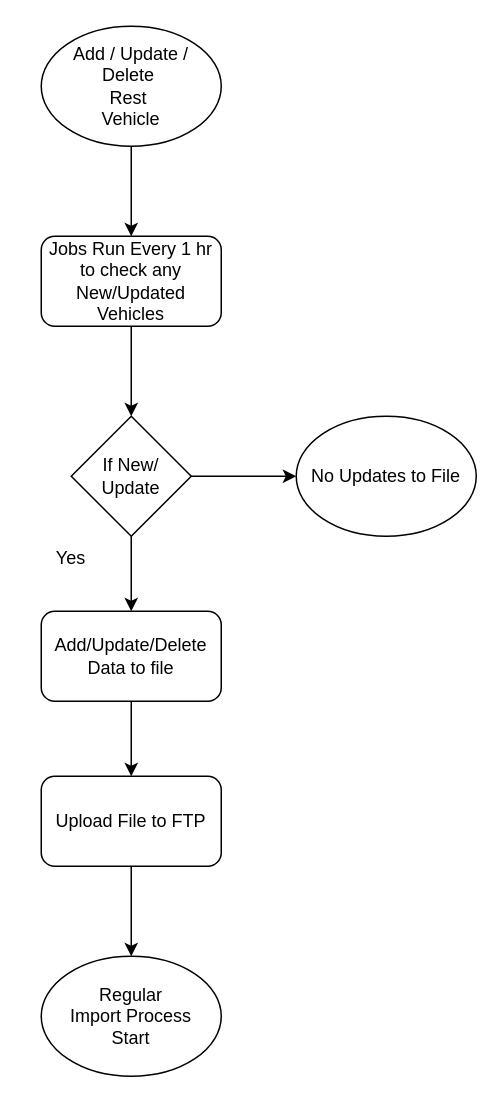
Before: rest_vehicles.drawio in kishorenunc/jQuery-File-Upload, a draw.io diagram. Source tidied: cells renumbered, new cells numbered last; positions are measured from the earlier drawing's top-left corner, leaving out a move shared by most shapes. Both pictures are drawn from the tidied source at 150%, with x=0, y=0 at pixel (26, 26).
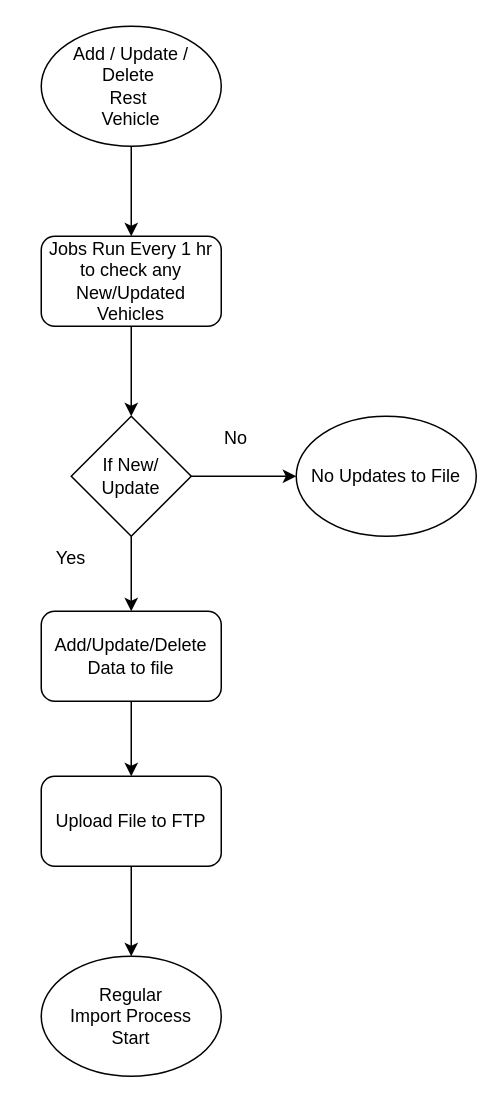
The same diagram, later.

Diff of the diagram source:
```diff
@@
 <mxGraphModel>
   <root>
     <mxCell id="0" />
     <mxCell id="1" parent="0" />
     <mxCell id="2" style="edgeStyle=orthogonalEdgeStyle;rounded=0;jettySize=auto;html=1;" parent="1" edge="1" source="3" target="5">
       <mxGeometry relative="1" as="geometry" />
     </mxCell>
     <mxCell id="3" value="Add / Update / Delete&amp;nbsp;&lt;br&gt;Rest&amp;nbsp;&lt;br&gt;Vehicle" style="ellipse;whiteSpace=wrap;html=1;" parent="1" vertex="1">
       <mxGeometry x="10" width="120" height="80" as="geometry" />
     </mxCell>
     <mxCell id="4" style="edgeStyle=orthogonalEdgeStyle;rounded=0;jettySize=auto;html=1;" parent="1" edge="1" source="5" target="8">
       <mxGeometry relative="1" as="geometry" />
     </mxCell>
     <mxCell id="5" value="Jobs Run Every 1 hr&lt;br&gt;to check any New/Updated&lt;br&gt;Vehicles" style="rounded=1;whiteSpace=wrap;html=1;" parent="1" vertex="1">
       <mxGeometry x="10" y="140" width="120" height="60" as="geometry" />
     </mxCell>
     <mxCell id="6" style="edgeStyle=orthogonalEdgeStyle;rounded=0;jettySize=auto;html=1;" parent="1" edge="1" source="8" target="10">
       <mxGeometry relative="1" as="geometry" />
     </mxCell>
     <mxCell id="7" style="edgeStyle=orthogonalEdgeStyle;rounded=0;jettySize=auto;html=1;" parent="1" edge="1" source="8" target="15">
       <mxGeometry relative="1" as="geometry" />
     </mxCell>
     <mxCell id="8" value="If New/ Update" style="rhombus;whiteSpace=wrap;html=1;" parent="1" vertex="1">
       <mxGeometry x="30" y="260" width="80" height="80" as="geometry" />
     </mxCell>
     <mxCell id="9" style="edgeStyle=orthogonalEdgeStyle;rounded=0;jettySize=auto;html=1;" parent="1" edge="1" source="10" target="12">
       <mxGeometry relative="1" as="geometry" />
     </mxCell>
     <mxCell id="10" value="Add/Update/Delete Data to file" style="rounded=1;whiteSpace=wrap;html=1;" parent="1" vertex="1">
       <mxGeometry x="10" y="390" width="120" height="60" as="geometry" />
     </mxCell>
     <mxCell id="11" style="edgeStyle=orthogonalEdgeStyle;rounded=0;jettySize=auto;html=1;" parent="1" edge="1" source="12" target="14">
       <mxGeometry relative="1" as="geometry" />
     </mxCell>
     <mxCell id="12" value="Upload File to FTP" style="rounded=1;whiteSpace=wrap;html=1;" parent="1" vertex="1">
       <mxGeometry x="10" y="500" width="120" height="60" as="geometry" />
     </mxCell>
     <mxCell id="13" value="Yes" style="text;html=1;strokeColor=none;fillColor=none;align=center;verticalAlign=middle;whiteSpace=wrap;rounded=0;" parent="1" vertex="1">
       <mxGeometry y="340" width="60" height="30" as="geometry" />
     </mxCell>
     <mxCell id="14" value="Regular&lt;br&gt;Import Process &lt;br&gt;Start" style="ellipse;whiteSpace=wrap;html=1;" parent="1" vertex="1">
       <mxGeometry x="10" y="620" width="120" height="80" as="geometry" />
     </mxCell>
     <mxCell id="15" value="No Updates to File" style="ellipse;whiteSpace=wrap;html=1;" parent="1" vertex="1">
       <mxGeometry x="180" y="260" width="120" height="80" as="geometry" />
     </mxCell>
+    <mxCell id="16" value="No" style="text;html=1;strokeColor=none;fillColor=none;align=center;verticalAlign=middle;whiteSpace=wrap;rounded=0;" parent="1" vertex="1">
+      <mxGeometry x="110" y="260" width="60" height="30" as="geometry" />
+    </mxCell>
   </root>
 </mxGraphModel>
```
